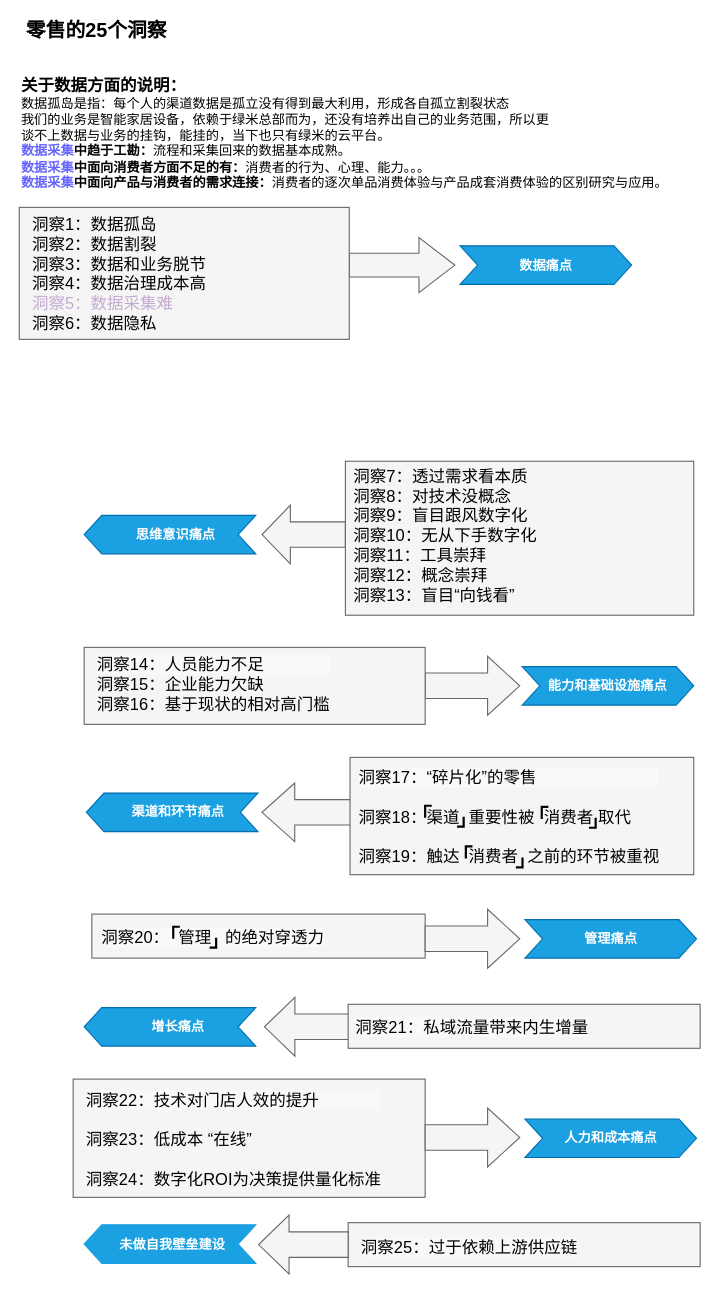
Before: 关于零售的洞察.drawio in UTOUUCENTER-CD/Aqara, a draw.io diagram. Source tidied: cells renumbered, new cells numbered last; positions are measured from the earlier drawing's top-left corner, leaving out a move shared by most shapes. Both pictures are drawn from the tidied source at 110%, with x=0, y=0 at pixel (19, 20).
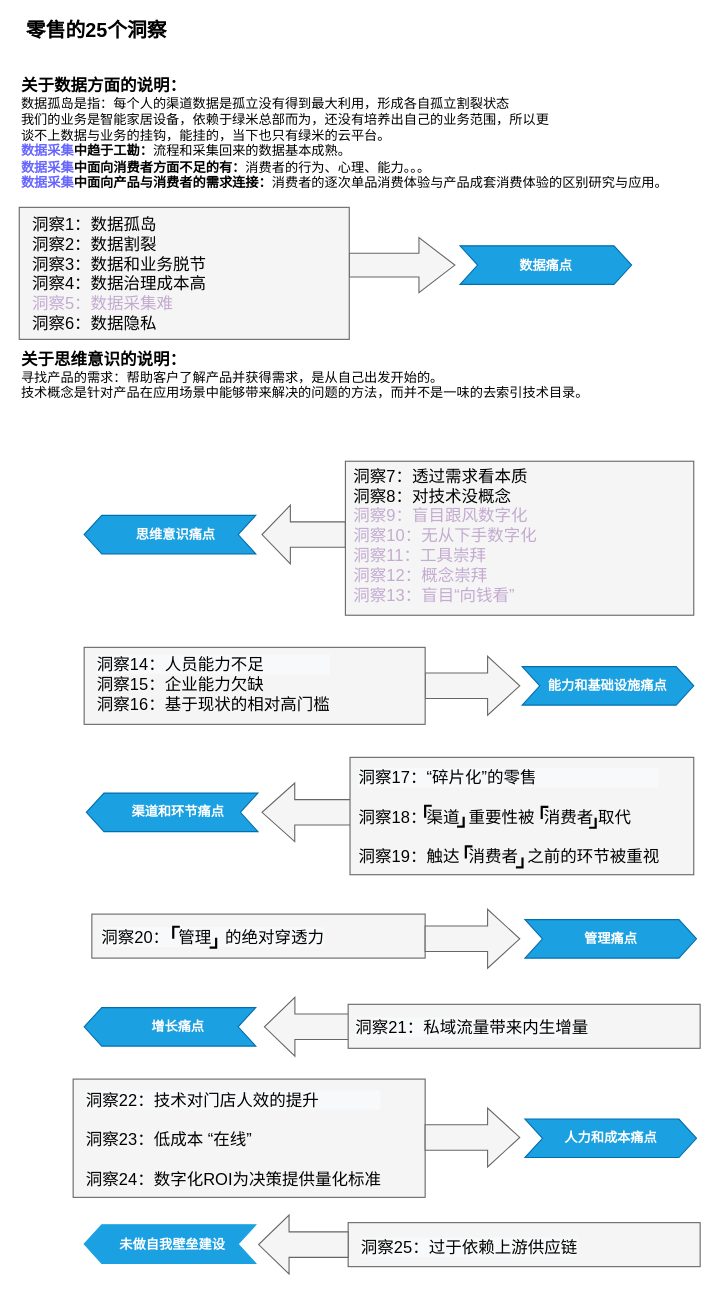
The same diagram, later.

Commit message:
Update 关于零售的洞察.drawio

Diff of the diagram source:
```diff
@@
-    <mxCell id="22" value="&lt;div style=&quot;text-align: left&quot;&gt;&lt;span style=&quot;font-size: 15px&quot;&gt;洞察7：透过需求看本质&lt;/span&gt;&lt;/div&gt;&lt;font style=&quot;font-size: 15px&quot;&gt;&lt;div style=&quot;text-align: left&quot;&gt;&lt;span&gt;洞察8：对技术没概念&lt;/span&gt;&lt;/div&gt;&lt;div style=&quot;text-align: left&quot;&gt;&lt;span&gt;洞察9：盲目跟风数字化&lt;/span&gt;&lt;/div&gt;&lt;div style=&quot;text-align: left&quot;&gt;&lt;span&gt;洞察10：无从下手数字化&lt;/span&gt;&lt;/div&gt;&lt;div style=&quot;text-align: left&quot;&gt;&lt;span&gt;洞察11：工具崇拜&lt;/span&gt;&lt;/div&gt;&lt;div style=&quot;text-align: left&quot;&gt;&lt;span&gt;洞察12：概念崇拜&lt;/span&gt;&lt;/div&gt;&lt;div style=&quot;text-align: left&quot;&gt;&lt;span&gt;洞察13：盲目“向钱看”&lt;/span&gt;&lt;/div&gt;&lt;/font&gt;" style="text;html=1;align=center;verticalAlign=middle;strokeColor=none;" parent="1" vertex="1">
+    <mxCell id="22" value="&lt;div style=&quot;text-align: left&quot;&gt;&lt;span style=&quot;font-size: 15px&quot;&gt;洞察7：透过需求看本质&lt;/span&gt;&lt;/div&gt;&lt;font style=&quot;font-size: 15px&quot;&gt;&lt;div style=&quot;text-align: left&quot;&gt;&lt;span&gt;洞察8：对技术没概念&lt;/span&gt;&lt;/div&gt;&lt;div style=&quot;text-align: left&quot;&gt;&lt;span&gt;&lt;font color=&quot;#c3abd0&quot;&gt;洞察9：盲目跟风数字化&lt;/font&gt;&lt;/span&gt;&lt;/div&gt;&lt;div style=&quot;text-align: left&quot;&gt;&lt;span&gt;&lt;font color=&quot;#c3abd0&quot;&gt;洞察10：无从下手数字化&lt;/font&gt;&lt;/span&gt;&lt;/div&gt;&lt;div style=&quot;text-align: left&quot;&gt;&lt;span&gt;&lt;font color=&quot;#c3abd0&quot;&gt;洞察11：工具崇拜&lt;/font&gt;&lt;/span&gt;&lt;/div&gt;&lt;div style=&quot;text-align: left&quot;&gt;&lt;span&gt;&lt;font color=&quot;#c3abd0&quot;&gt;洞察12：概念崇拜&lt;/font&gt;&lt;/span&gt;&lt;/div&gt;&lt;div style=&quot;text-align: left&quot;&gt;&lt;span&gt;&lt;font color=&quot;#c3abd0&quot;&gt;洞察13：盲目“向钱看”&lt;/font&gt;&lt;/span&gt;&lt;/div&gt;&lt;/font&gt;" style="text;html=1;align=center;verticalAlign=middle;strokeColor=none;" parent="1" vertex="1">
       <mxGeometry x="297" y="417.5" width="180" height="100" as="geometry" />
     </mxCell>
@@
+    <mxCell id="52" value="&lt;font&gt;&lt;span style=&quot;font-weight: bold ; font-size: 15px&quot;&gt;关于思维意识的说明：&lt;/span&gt;&lt;br&gt;&lt;div&gt;寻找产品的需求：帮助客户了解产品并获得需求，是从自己出发开始的。&lt;/div&gt;&lt;div&gt;技术概念是针对产品在应用场景中能够带来解决的问题的方法，而并不是一味的去索引技术目录。&lt;/div&gt;&lt;div&gt;&lt;br&gt;&lt;/div&gt;&lt;/font&gt;" style="text;html=1;align=left;verticalAlign=middle;strokeColor=none;" parent="1" vertex="1">
+      <mxGeometry y="300" width="530" height="60" as="geometry" />
+    </mxCell>
```
